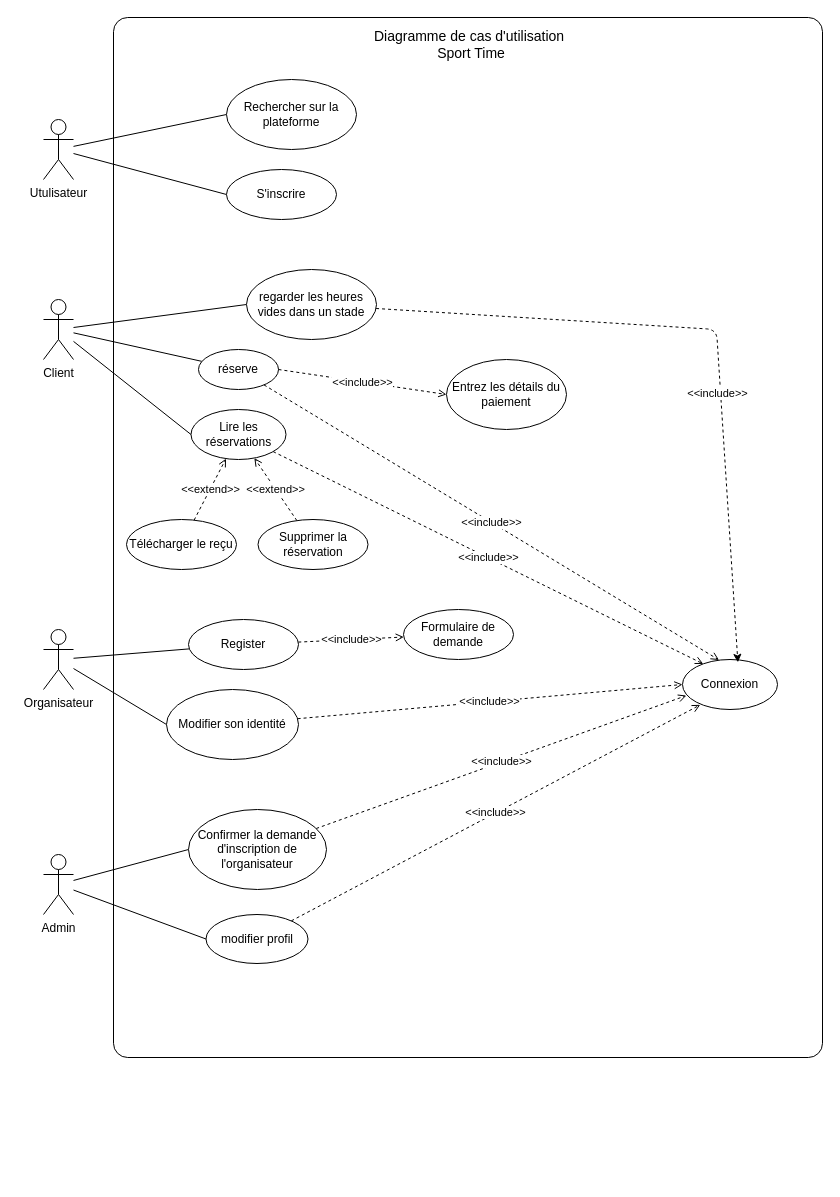
Before: CDC & Consiption/useCase.drawio in StailiAbdessalam/file-roue-sport-time-, a draw.io diagram. Source tidied: cells renumbered, new cells numbered last; positions are measured from the earlier drawing's top-left corner, leaving out a move shared by most shapes. Both pictures are drawn from the tidied source at 100%, with x=0, y=0 at pixel (43, 17).
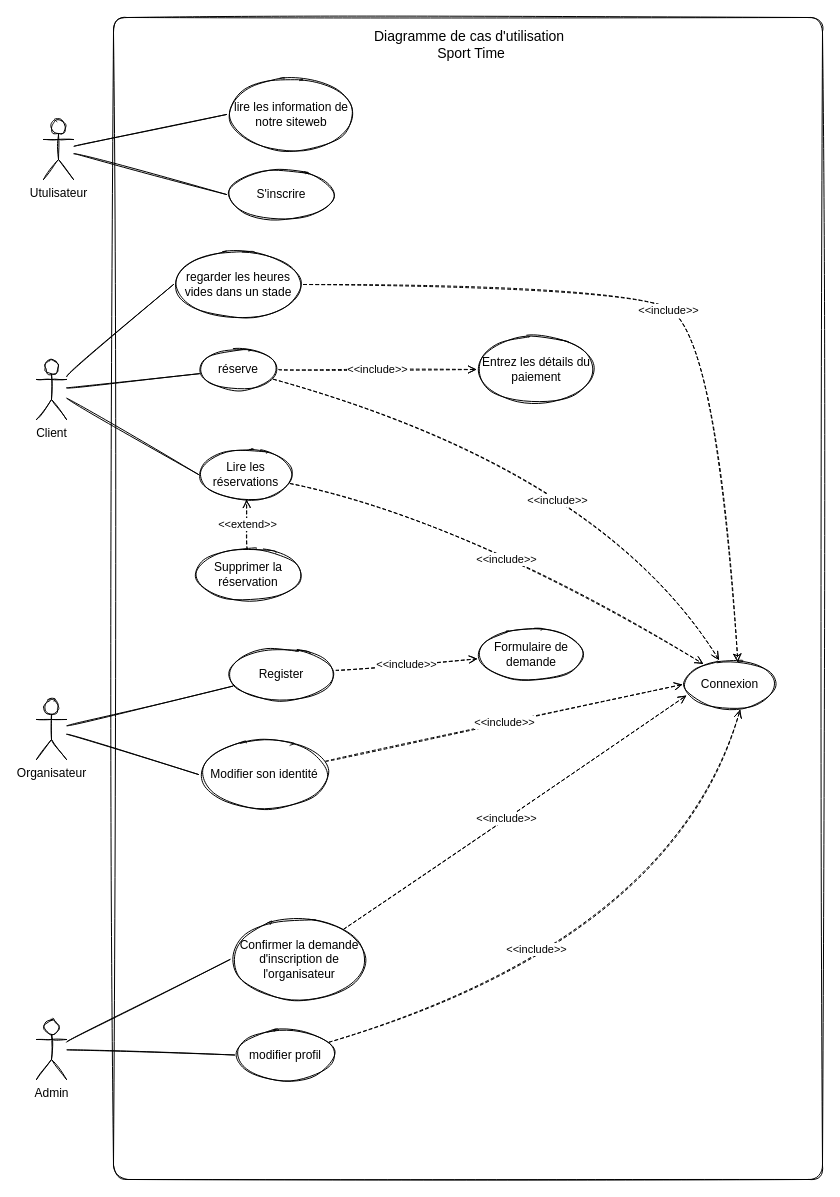
The same page after the edit.

Commit message:
diagrame de usecas

What changed in the source:
```diff
@@
-    <mxCell id="2" style="rounded=1;whiteSpace=wrap;html=1;arcSize=2;" parent="1" vertex="1">
-      <mxGeometry x="70" width="709" height="1040" as="geometry" />
+    <mxCell id="2" style="rounded=1;whiteSpace=wrap;html=1;arcSize=2;sketch=1;" parent="1" vertex="1">
+      <mxGeometry x="70" width="709" height="1162" as="geometry" />
     </mxCell>
-    <mxCell id="3" style="edgeStyle=none;rounded=0;jettySize=auto;html=1;endArrow=none;endFill=0;" parent="1" edge="1" source="6" target="17">
+    <mxCell id="3" style="edgeStyle=none;rounded=1;jettySize=auto;html=1;endArrow=none;endFill=0;curved=1;sketch=1;" parent="1" edge="1" source="6" target="17">
       <mxGeometry relative="1" as="geometry" />
     </mxCell>
-    <mxCell id="4" style="edgeStyle=none;rounded=0;jettySize=auto;html=1;entryX=0;entryY=0.5;entryDx=0;entryDy=0;endArrow=none;endFill=0;" parent="1" edge="1" source="6" target="19">
+    <mxCell id="4" style="edgeStyle=none;rounded=1;jettySize=auto;html=1;entryX=0;entryY=0.5;entryDx=0;entryDy=0;endArrow=none;endFill=0;curved=1;sketch=1;" parent="1" edge="1" source="6" target="19">
       <mxGeometry relative="1" as="geometry" />
     </mxCell>
-    <mxCell id="5" style="edgeStyle=none;html=1;entryX=0;entryY=0.5;entryDx=0;entryDy=0;endArrow=none;endFill=0;" parent="1" edge="1" source="6" target="42">
+    <mxCell id="5" style="edgeStyle=none;html=1;entryX=0;entryY=0.5;entryDx=0;entryDy=0;endArrow=none;endFill=0;rounded=1;curved=1;sketch=1;" parent="1" edge="1" source="6" target="42">
       <mxGeometry relative="1" as="geometry" />
     </mxCell>
-    <mxCell id="6" value="Client" style="shape=umlActor;verticalLabelPosition=bottom;verticalAlign=top;html=1;outlineConnect=0;" parent="1" vertex="1">
-      <mxGeometry y="282" width="30" height="60" as="geometry" />
+    <mxCell id="6" value="Client" style="shape=umlActor;verticalLabelPosition=bottom;verticalAlign=top;html=1;outlineConnect=0;rounded=1;sketch=1;" parent="1" vertex="1">
+      <mxGeometry x="-7" y="342" width="30" height="60" as="geometry" />
     </mxCell>
-    <mxCell id="7" style="edgeStyle=none;rounded=0;jettySize=auto;html=1;entryX=0;entryY=0.5;entryDx=0;entryDy=0;endArrow=none;endFill=0;" parent="1" edge="1" source="9" target="22">
+    <mxCell id="7" style="edgeStyle=none;rounded=1;jettySize=auto;html=1;entryX=0;entryY=0.5;entryDx=0;entryDy=0;endArrow=none;endFill=0;curved=1;sketch=1;" parent="1" edge="1" source="9" target="22">
       <mxGeometry relative="1" as="geometry" />
     </mxCell>
-    <mxCell id="8" style="edgeStyle=none;rounded=0;jettySize=auto;html=1;entryX=0;entryY=0.5;entryDx=0;entryDy=0;endArrow=none;endFill=0;" parent="1" edge="1" source="9" target="24">
+    <mxCell id="8" style="edgeStyle=none;rounded=1;jettySize=auto;html=1;entryX=0;entryY=0.5;entryDx=0;entryDy=0;endArrow=none;endFill=0;curved=1;sketch=1;" parent="1" edge="1" source="9" target="24">
       <mxGeometry relative="1" as="geometry" />
     </mxCell>
-    <mxCell id="9" value="Admin" style="shape=umlActor;verticalLabelPosition=bottom;verticalAlign=top;html=1;outlineConnect=0;" parent="1" vertex="1">
-      <mxGeometry y="837" width="30" height="60" as="geometry" />
+    <mxCell id="9" value="Admin" style="shape=umlActor;verticalLabelPosition=bottom;verticalAlign=top;html=1;outlineConnect=0;rounded=1;sketch=1;" parent="1" vertex="1">
+      <mxGeometry x="-7" y="1002" width="30" height="60" as="geometry" />
     </mxCell>
-    <mxCell id="10" value="&lt;font style=&quot;font-size: 14px&quot;&gt;Diagramme de cas d'utilisation&amp;nbsp;&lt;br&gt;Sport Time&lt;br&gt;&lt;/font&gt;" style="text;html=1;strokeColor=none;fillColor=none;align=center;verticalAlign=middle;whiteSpace=wrap;rounded=0;" parent="1" vertex="1">
+    <mxCell id="10" value="&lt;font style=&quot;font-size: 14px&quot;&gt;Diagramme de cas d'utilisation&amp;nbsp;&lt;br&gt;Sport Time&lt;br&gt;&lt;/font&gt;" style="text;html=1;strokeColor=none;fillColor=none;align=center;verticalAlign=middle;whiteSpace=wrap;rounded=1;sketch=1;" parent="1" vertex="1">
       <mxGeometry x="313" y="12" width="230" height="30" as="geometry" />
     </mxCell>
-    <mxCell id="11" style="edgeStyle=none;rounded=0;orthogonalLoop=1;jettySize=auto;html=1;entryX=1;entryY=1;entryDx=0;entryDy=0;endArrow=none;endFill=0;" parent="1" edge="1">
+    <mxCell id="11" style="edgeStyle=none;rounded=1;orthogonalLoop=1;jettySize=auto;html=1;entryX=1;entryY=1;entryDx=0;entryDy=0;endArrow=none;endFill=0;curved=1;sketch=1;" parent="1" edge="1">
       <mxGeometry relative="1" as="geometry">
         <mxPoint x="208.3" y="404.1" as="sourcePoint" />
         <mxPoint x="208.3" y="404.1" as="targetPoint" />
       </mxGeometry>
     </mxCell>
-    <mxCell id="12" value="Connexion" style="ellipse;whiteSpace=wrap;html=1;" parent="1" vertex="1">
+    <mxCell id="12" value="Connexion" style="ellipse;whiteSpace=wrap;html=1;rounded=1;sketch=1;" parent="1" vertex="1">
       <mxGeometry x="639" y="642" width="95" height="50" as="geometry" />
     </mxCell>
-    <mxCell id="13" style="edgeStyle=none;rounded=0;jettySize=auto;html=1;entryX=0;entryY=0.5;entryDx=0;entryDy=0;endArrow=none;endFill=0;" parent="1" edge="1" source="15" target="31">
+    <mxCell id="13" style="edgeStyle=none;rounded=1;jettySize=auto;html=1;entryX=0;entryY=0.5;entryDx=0;entryDy=0;endArrow=none;endFill=0;curved=1;sketch=1;" parent="1" edge="1" source="15" target="31">
       <mxGeometry relative="1" as="geometry" />
     </mxCell>
-    <mxCell id="14" style="edgeStyle=none;rounded=0;jettySize=auto;html=1;entryX=0;entryY=0.5;entryDx=0;entryDy=0;endArrow=none;endFill=0;" parent="1" edge="1" source="15" target="37">
+    <mxCell id="14" style="edgeStyle=none;rounded=1;jettySize=auto;html=1;entryX=0;entryY=0.5;entryDx=0;entryDy=0;endArrow=none;endFill=0;curved=1;sketch=1;" parent="1" edge="1" source="15" target="37">
       <mxGeometry relative="1" as="geometry" />
     </mxCell>
-    <mxCell id="15" value="Utulisateur" style="shape=umlActor;verticalLabelPosition=bottom;verticalAlign=top;html=1;outlineConnect=0;" parent="1" vertex="1">
+    <mxCell id="15" value="Utulisateur" style="shape=umlActor;verticalLabelPosition=bottom;verticalAlign=top;html=1;outlineConnect=0;rounded=1;sketch=1;" parent="1" vertex="1">
       <mxGeometry y="102" width="30" height="60" as="geometry" />
     </mxCell>
-    <mxCell id="16" value="&amp;lt;&amp;lt;include&amp;gt;&amp;gt;" style="edgeStyle=none;rounded=0;jettySize=auto;html=1;endArrow=open;endFill=0;entryX=0.385;entryY=0.01;entryDx=0;entryDy=0;entryPerimeter=0;startArrow=none;startFill=0;dashed=1;" parent="1" edge="1" source="17" target="12">
-      <mxGeometry relative="1" as="geometry" />
+    <mxCell id="16" value="&amp;lt;&amp;lt;include&amp;gt;&amp;gt;" style="edgeStyle=none;rounded=1;jettySize=auto;html=1;endArrow=open;endFill=0;entryX=0.385;entryY=0.01;entryDx=0;entryDy=0;entryPerimeter=0;startArrow=none;startFill=0;dashed=1;curved=1;sketch=1;" parent="1" edge="1" source="17" target="12">
+      <mxGeometry x="0.09" y="-40" relative="1" as="geometry">
+        <Array as="points">
+          <mxPoint x="553" y="452" />
+        </Array>
+      </mxGeometry>
     </mxCell>
-    <mxCell id="17" value="réserve" style="ellipse;whiteSpace=wrap;html=1;" parent="1" vertex="1">
+    <mxCell id="17" value="réserve" style="ellipse;whiteSpace=wrap;html=1;rounded=1;sketch=1;" parent="1" vertex="1">
       <mxGeometry x="155" y="332" width="80" height="40" as="geometry" />
     </mxCell>
-    <mxCell id="18" value="&amp;lt;&amp;lt;include&amp;gt;&amp;gt;" style="edgeStyle=none;rounded=0;jettySize=auto;html=1;endArrow=open;endFill=0;entryX=0.219;entryY=0.089;entryDx=0;entryDy=0;entryPerimeter=0;startArrow=none;startFill=0;dashed=1;" parent="1" edge="1" source="19" target="12">
-      <mxGeometry relative="1" as="geometry" />
+    <mxCell id="18" value="&amp;lt;&amp;lt;include&amp;gt;&amp;gt;" style="edgeStyle=none;rounded=1;jettySize=auto;html=1;endArrow=open;endFill=0;entryX=0.219;entryY=0.089;entryDx=0;entryDy=0;entryPerimeter=0;startArrow=none;startFill=0;dashed=1;curved=1;sketch=1;" parent="1" edge="1" source="19" target="12">
+      <mxGeometry x="0.03" y="-13" relative="1" as="geometry">
+        <Array as="points">
+          <mxPoint x="423" y="502" />
+        </Array>
+      </mxGeometry>
     </mxCell>
-    <mxCell id="19" value="Lire les réservations" style="ellipse;whiteSpace=wrap;html=1;" parent="1" vertex="1">
-      <mxGeometry x="147.5" y="392" width="95" height="50" as="geometry" />
+    <mxCell id="19" value="Lire les réservations" style="ellipse;whiteSpace=wrap;html=1;rounded=1;sketch=1;" parent="1" vertex="1">
+      <mxGeometry x="155" y="432" width="95" height="50" as="geometry" />
     </mxCell>
-    <mxCell id="20" value="&amp;lt;&amp;lt;include&amp;gt;&amp;gt;" style="edgeStyle=none;rounded=0;jettySize=auto;html=1;entryX=0;entryY=0.5;entryDx=0;entryDy=0;dashed=1;startArrow=none;startFill=0;endArrow=open;endFill=0;exitX=1;exitY=0.5;exitDx=0;exitDy=0;" parent="1" edge="1" source="17" target="25">
+    <mxCell id="20" value="&amp;lt;&amp;lt;include&amp;gt;&amp;gt;" style="edgeStyle=none;rounded=1;jettySize=auto;html=1;entryX=0;entryY=0.5;entryDx=0;entryDy=0;dashed=1;startArrow=none;startFill=0;endArrow=open;endFill=0;exitX=1;exitY=0.5;exitDx=0;exitDy=0;curved=1;sketch=1;" parent="1" edge="1" source="17" target="25">
       <mxGeometry relative="1" as="geometry" />
     </mxCell>
-    <mxCell id="21" value="&amp;lt;&amp;lt;include&amp;gt;&amp;gt;" style="edgeStyle=none;rounded=0;jettySize=auto;html=1;endArrow=open;endFill=0;entryX=0.041;entryY=0.721;entryDx=0;entryDy=0;entryPerimeter=0;startArrow=none;startFill=0;dashed=1;" parent="1" edge="1" source="22" target="12">
-      <mxGeometry relative="1" as="geometry" />
+    <mxCell id="21" value="&amp;lt;&amp;lt;include&amp;gt;&amp;gt;" style="edgeStyle=none;rounded=1;jettySize=auto;html=1;endArrow=open;endFill=0;entryX=0.041;entryY=0.721;entryDx=0;entryDy=0;entryPerimeter=0;startArrow=none;startFill=0;dashed=1;curved=1;sketch=1;" parent="1" edge="1" source="22" target="12">
+      <mxGeometry x="-0.05" relative="1" as="geometry">
+        <Array as="points">
+          <mxPoint x="433" y="822" />
+        </Array>
+      </mxGeometry>
     </mxCell>
-    <mxCell id="22" value="Confirmer la demande d'inscription de l'organisateur" style="ellipse;whiteSpace=wrap;html=1;" parent="1" vertex="1">
-      <mxGeometry x="145" y="792" width="138" height="80" as="geometry" />
+    <mxCell id="22" value="Confirmer la demande d'inscription de l'organisateur" style="ellipse;whiteSpace=wrap;html=1;rounded=1;sketch=1;" parent="1" vertex="1">
+      <mxGeometry x="186.5" y="902" width="138" height="80" as="geometry" />
     </mxCell>
-    <mxCell id="23" value="&amp;lt;&amp;lt;include&amp;gt;&amp;gt;" style="edgeStyle=none;rounded=0;jettySize=auto;html=1;endArrow=open;endFill=0;entryX=0.187;entryY=0.907;entryDx=0;entryDy=0;entryPerimeter=0;startArrow=none;startFill=0;dashed=1;" parent="1" edge="1" source="24" target="12">
-      <mxGeometry relative="1" as="geometry" />
+    <mxCell id="23" value="&amp;lt;&amp;lt;include&amp;gt;&amp;gt;" style="edgeStyle=none;rounded=1;jettySize=auto;html=1;endArrow=open;endFill=0;entryX=0.607;entryY=1.001;entryDx=0;entryDy=0;entryPerimeter=0;startArrow=none;startFill=0;dashed=1;curved=1;sketch=1;" parent="1" edge="1" source="24" target="12">
+      <mxGeometry x="-0.25" y="30" relative="1" as="geometry">
+        <Array as="points">
+          <mxPoint x="633" y="922" />
+        </Array>
+      </mxGeometry>
     </mxCell>
-    <mxCell id="24" value="modifier profil" style="ellipse;whiteSpace=wrap;html=1;" parent="1" vertex="1">
-      <mxGeometry x="162.5" y="897" width="102" height="49" as="geometry" />
+    <mxCell id="24" value="modifier profil" style="ellipse;whiteSpace=wrap;html=1;rounded=1;sketch=1;" parent="1" vertex="1">
+      <mxGeometry x="191" y="1013" width="102" height="49" as="geometry" />
     </mxCell>
-    <mxCell id="25" value="Entrez les détails du paiement" style="ellipse;whiteSpace=wrap;html=1;" parent="1" vertex="1">
-      <mxGeometry x="403" y="342" width="120" height="70" as="geometry" />
+    <mxCell id="25" value="Entrez les détails du paiement" style="ellipse;whiteSpace=wrap;html=1;rounded=1;sketch=1;" parent="1" vertex="1">
+      <mxGeometry x="433" y="317" width="120" height="70" as="geometry" />
     </mxCell>
-    <mxCell id="26" style="rounded=0;jettySize=auto;html=1;entryX=0;entryY=0.5;entryDx=0;entryDy=0;endArrow=none;endFill=0;" parent="1" edge="1" source="28" target="30">
+    <mxCell id="26" style="rounded=1;jettySize=auto;html=1;entryX=0;entryY=0.5;entryDx=0;entryDy=0;endArrow=none;endFill=0;curved=1;sketch=1;" parent="1" edge="1" source="28" target="30">
       <mxGeometry relative="1" as="geometry" />
     </mxCell>
-    <mxCell id="27" style="edgeStyle=none;rounded=0;jettySize=auto;html=1;endArrow=none;endFill=0;" parent="1" edge="1" source="28" target="35">
+    <mxCell id="27" style="edgeStyle=none;rounded=1;jettySize=auto;html=1;endArrow=none;endFill=0;curved=1;sketch=1;" parent="1" edge="1" source="28" target="35">
       <mxGeometry relative="1" as="geometry" />
     </mxCell>
-    <mxCell id="28" value="Organisateur" style="shape=umlActor;verticalLabelPosition=bottom;verticalAlign=top;html=1;outlineConnect=0;" parent="1" vertex="1">
-      <mxGeometry y="612" width="30" height="60" as="geometry" />
+    <mxCell id="28" value="Organisateur" style="shape=umlActor;verticalLabelPosition=bottom;verticalAlign=top;html=1;outlineConnect=0;rounded=1;sketch=1;" parent="1" vertex="1">
+      <mxGeometry x="-7" y="682" width="30" height="60" as="geometry" />
     </mxCell>
-    <mxCell id="29" value="&amp;lt;&amp;lt;include&amp;gt;&amp;gt;" style="edgeStyle=none;rounded=0;jettySize=auto;html=1;entryX=0;entryY=0.5;entryDx=0;entryDy=0;endArrow=open;endFill=0;dashed=1;" parent="1" edge="1" source="30" target="12">
+    <mxCell id="29" value="&amp;lt;&amp;lt;include&amp;gt;&amp;gt;" style="edgeStyle=none;rounded=1;jettySize=auto;html=1;entryX=0;entryY=0.5;entryDx=0;entryDy=0;endArrow=open;endFill=0;dashed=1;curved=1;sketch=1;" parent="1" edge="1" source="30" target="12">
       <mxGeometry relative="1" as="geometry" />
     </mxCell>
-    <mxCell id="30" value="Modifier son identité" style="ellipse;whiteSpace=wrap;html=1;" parent="1" vertex="1">
-      <mxGeometry x="123" y="672" width="132" height="70" as="geometry" />
+    <mxCell id="30" value="Modifier son identité" style="ellipse;whiteSpace=wrap;html=1;rounded=1;sketch=1;" parent="1" vertex="1">
+      <mxGeometry x="155" y="722" width="132" height="70" as="geometry" />
     </mxCell>
-    <mxCell id="31" value="S'inscrire" style="ellipse;whiteSpace=wrap;html=1;" parent="1" vertex="1">
+    <mxCell id="31" value="S'inscrire" style="ellipse;whiteSpace=wrap;html=1;rounded=1;sketch=1;" parent="1" vertex="1">
       <mxGeometry x="183" y="152" width="110" height="50" as="geometry" />
     </mxCell>
-    <mxCell id="32" value="&amp;lt;&amp;lt;extend&amp;gt;&amp;gt;" style="edgeStyle=none;rounded=0;jettySize=auto;html=1;endArrow=open;endFill=0;dashed=1;" parent="1" edge="1" source="33" target="19">
-      <mxGeometry relative="1" as="geometry" />
-    </mxCell>
-    <mxCell id="33" value="&lt;span class=&quot;VIiyi&quot; lang=&quot;en&quot;&gt;Télécharger le reçu&lt;/span&gt;" style="ellipse;whiteSpace=wrap;html=1;" parent="1" vertex="1">
-      <mxGeometry x="83" y="502" width="110" height="50" as="geometry" />
-    </mxCell>
-    <mxCell id="34" value="&amp;lt;&amp;lt;include&amp;gt;&amp;gt;" style="edgeStyle=none;rounded=0;jettySize=auto;html=1;dashed=1;endArrow=open;endFill=0;" parent="1" edge="1" source="35" target="36">
+    <mxCell id="34" value="&amp;lt;&amp;lt;include&amp;gt;&amp;gt;" style="edgeStyle=none;rounded=1;jettySize=auto;html=1;dashed=1;endArrow=open;endFill=0;curved=1;sketch=1;" parent="1" edge="1" source="35" target="36">
       <mxGeometry relative="1" as="geometry" />
     </mxCell>
-    <mxCell id="35" value="Register" style="ellipse;whiteSpace=wrap;html=1;" parent="1" vertex="1">
-      <mxGeometry x="145" y="602" width="110" height="50" as="geometry" />
+    <mxCell id="35" value="Register" style="ellipse;whiteSpace=wrap;html=1;rounded=1;sketch=1;" parent="1" vertex="1">
+      <mxGeometry x="183" y="632" width="110" height="50" as="geometry" />
     </mxCell>
-    <mxCell id="36" value="Formulaire de demande" style="ellipse;whiteSpace=wrap;html=1;" parent="1" vertex="1">
-      <mxGeometry x="360" y="592" width="110" height="50" as="geometry" />
+    <mxCell id="36" value="Formulaire de demande" style="ellipse;whiteSpace=wrap;html=1;rounded=1;sketch=1;" parent="1" vertex="1">
+      <mxGeometry x="433" y="612" width="110" height="50" as="geometry" />
     </mxCell>
-    <mxCell id="37" value="Rechercher sur la plateforme" style="ellipse;whiteSpace=wrap;html=1;" parent="1" vertex="1">
+    <mxCell id="37" value="lire les information de notre siteweb" style="ellipse;whiteSpace=wrap;html=1;rounded=1;sketch=1;" parent="1" vertex="1">
       <mxGeometry x="183" y="62" width="130" height="70" as="geometry" />
     </mxCell>
-    <mxCell id="38" value="&amp;lt;&amp;lt;extend&amp;gt;&amp;gt;" style="edgeStyle=none;rounded=0;jettySize=auto;html=1;endArrow=open;endFill=0;dashed=1;" parent="1" edge="1" source="39" target="19">
+    <mxCell id="38" value="&amp;lt;&amp;lt;extend&amp;gt;&amp;gt;" style="edgeStyle=none;rounded=1;jettySize=auto;html=1;endArrow=open;endFill=0;dashed=1;curved=1;sketch=1;" parent="1" edge="1" source="39" target="19">
       <mxGeometry relative="1" as="geometry" />
     </mxCell>
-    <mxCell id="39" value="Supprimer la réservation" style="ellipse;whiteSpace=wrap;html=1;" parent="1" vertex="1">
-      <mxGeometry x="214.5" y="502" width="110" height="50" as="geometry" />
+    <mxCell id="39" value="Supprimer la réservation" style="ellipse;whiteSpace=wrap;html=1;rounded=1;sketch=1;" parent="1" vertex="1">
+      <mxGeometry x="150" y="532" width="110" height="50" as="geometry" />
     </mxCell>
-    <mxCell id="40" style="edgeStyle=orthogonalEdgeStyle;rounded=0;orthogonalLoop=1;jettySize=auto;html=1;exitX=0.5;exitY=1;exitDx=0;exitDy=0;" parent="1" edge="1" source="10" target="10">
+    <mxCell id="40" style="edgeStyle=orthogonalEdgeStyle;rounded=1;orthogonalLoop=1;jettySize=auto;html=1;exitX=0.5;exitY=1;exitDx=0;exitDy=0;curved=1;sketch=1;" parent="1" edge="1" source="10" target="10">
       <mxGeometry relative="1" as="geometry" />
     </mxCell>
-    <mxCell id="41" value="&amp;lt;&amp;lt;include&amp;gt;&amp;gt;" style="edgeStyle=none;html=1;entryX=0.583;entryY=0.057;entryDx=0;entryDy=0;entryPerimeter=0;dashed=1;endArrow=classic;endFill=1;" parent="1" edge="1" source="42" target="12">
-      <mxGeometry x="0.2" y="-3" relative="1" as="geometry">
+    <mxCell id="41" value="&amp;lt;&amp;lt;include&amp;gt;&amp;gt;" style="edgeStyle=none;html=1;entryX=0.583;entryY=0.057;entryDx=0;entryDy=0;entryPerimeter=0;dashed=1;endArrow=classic;endFill=1;rounded=1;curved=1;sketch=1;" parent="1" edge="1" source="42" target="12">
+      <mxGeometry x="-0.02" y="-2" relative="1" as="geometry">
         <Array as="points">
+          <mxPoint x="573" y="267" />
           <mxPoint x="673" y="312" />
         </Array>
       </mxGeometry>
     </mxCell>
-    <mxCell id="42" value="regarder les heures vides dans un stade" style="ellipse;whiteSpace=wrap;html=1;" parent="1" vertex="1">
-      <mxGeometry x="203" y="252" width="130" height="70" as="geometry" />
+    <mxCell id="42" value="regarder les heures vides dans un stade" style="ellipse;whiteSpace=wrap;html=1;rounded=1;sketch=1;" parent="1" vertex="1">
+      <mxGeometry x="130" y="232" width="130" height="70" as="geometry" />
     </mxCell>
```
